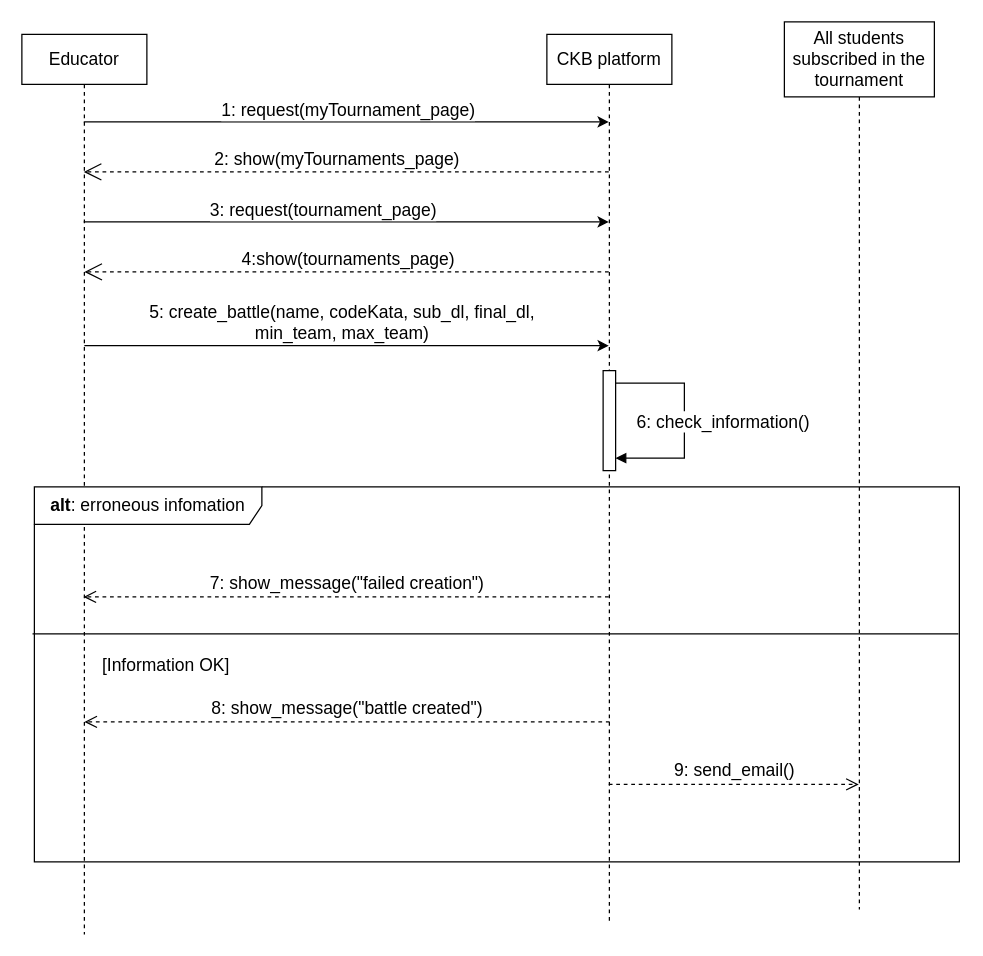
Before: page "Create Battle" (4 of 19) of diagrams/sequence diagrams/sequence_diagrams.drawio in mttcrn/software-engineering-II-project, a draw.io diagram. Source tidied: cells renumbered, new cells numbered last; positions are measured from the earlier drawing's top-left corner, leaving out a move shared by most shapes. Both pictures are drawn from the tidied source at 125%, with x=0, y=0 at pixel (21, 21).
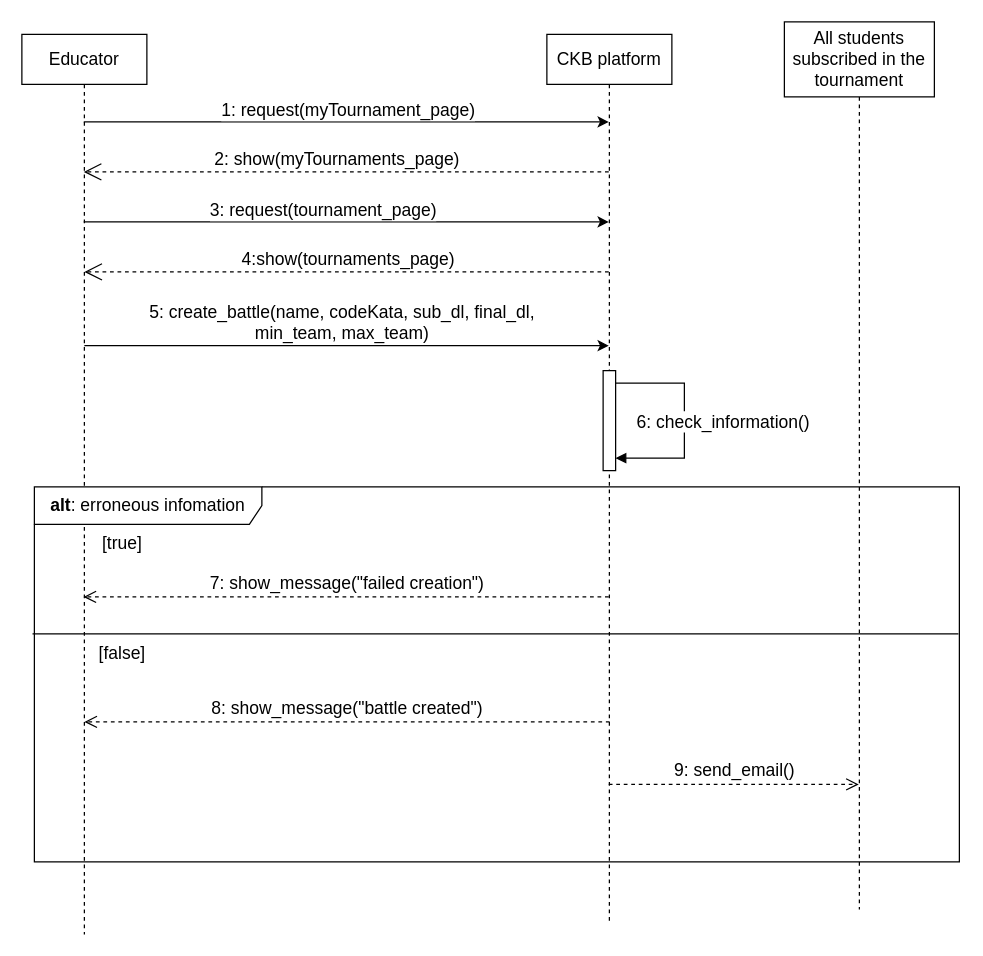
The same diagram, later.

The edit, as a diff of the source:
```diff
@@
-    <mxCell id="13" value="&lt;span style=&quot;font-size: 14px;&quot;&gt;[Information OK]&lt;/span&gt;" style="text;html=1;align=center;verticalAlign=middle;strokeColor=none;fillColor=none;fontSize=14;" parent="1" vertex="1">
-      <mxGeometry x="50" y="500" width="130" height="30" as="geometry" />
+    <mxCell id="13" value="&lt;span style=&quot;font-size: 14px;&quot;&gt;[false]&lt;/span&gt;" style="text;html=1;align=center;verticalAlign=middle;strokeColor=none;fillColor=none;fontSize=14;" parent="1" vertex="1">
+      <mxGeometry x="50" y="490" width="60" height="30" as="geometry" />
     </mxCell>
@@
+    <mxCell id="22" value="&lt;span style=&quot;font-size: 14px;&quot;&gt;[true]&lt;/span&gt;" style="text;html=1;align=center;verticalAlign=middle;strokeColor=none;fillColor=none;fontSize=14;" parent="1" vertex="1">
+      <mxGeometry x="50" y="402" width="60" height="30" as="geometry" />
+    </mxCell>
```
